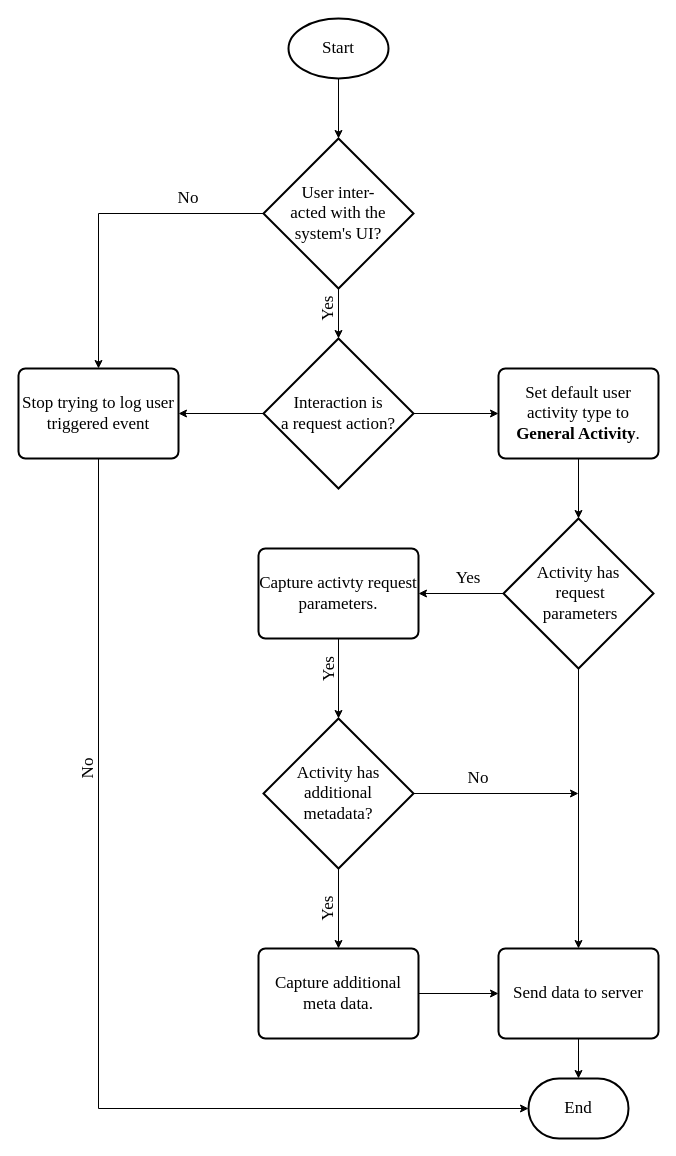
CorrieScheepers/Masters keeps this draw.io diagram as img/Chapter2/client_functional_requirement_flow_diagram/client_functional_requirement_flow_diagram.drawio. Above is the earlier version. Source tidied: cells renumbered, new cells numbered last; positions are measured from the earlier drawing's top-left corner, leaving out a move shared by most shapes. Both pictures are drawn from the tidied source at 100%, with x=0, y=0 at pixel (18, 18).
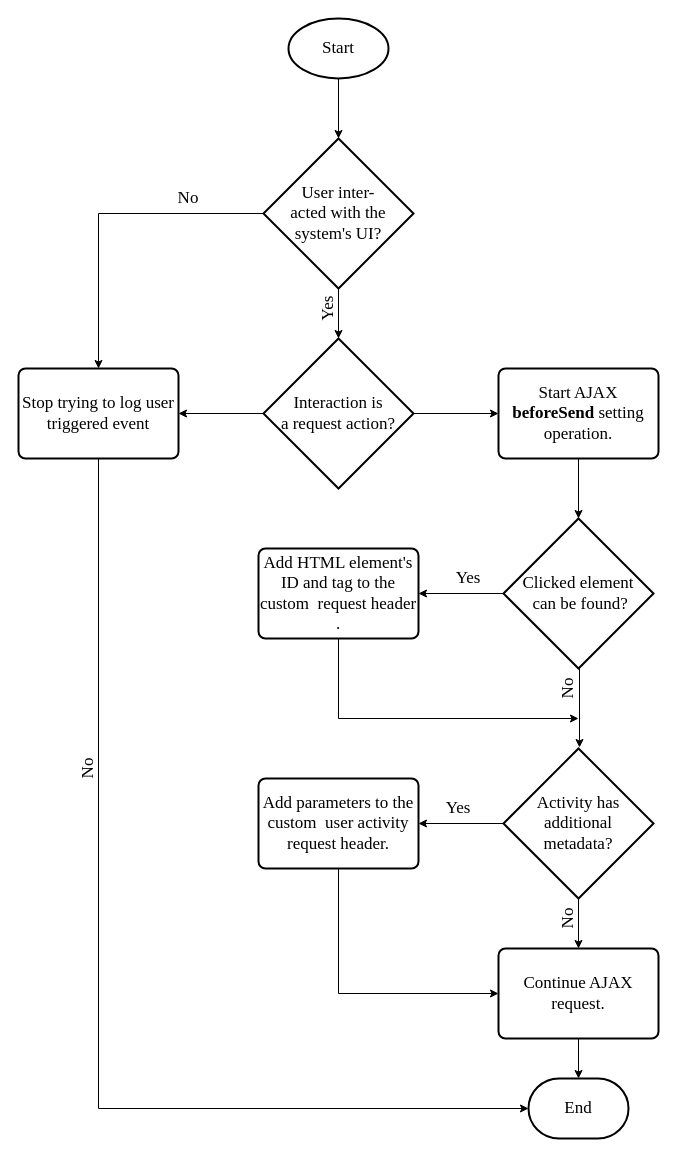
Above is the later version.

Change to the diagram source:
```diff
@@
-    <mxCell id="13" value="Set default user activity type to &lt;b&gt;General Activity&lt;/b&gt;." style="rounded=1;whiteSpace=wrap;html=1;absoluteArcSize=1;arcSize=14;strokeWidth=2;fontFamily=Times New Roman;fillColor=none;fontSize=17;" parent="1" vertex="1">
+    <mxCell id="13" value="Start AJAX &lt;b&gt;beforeSend &lt;/b&gt;setting operation." style="rounded=1;whiteSpace=wrap;html=1;absoluteArcSize=1;arcSize=14;strokeWidth=2;fontFamily=Times New Roman;fillColor=none;fontSize=17;" parent="1" vertex="1">
       <mxGeometry x="480" y="350" width="160" height="90" as="geometry" />
     </mxCell>
-    <mxCell id="14" style="edgeStyle=orthogonalEdgeStyle;rounded=0;jettySize=auto;html=1;exitX=0.5;exitY=1;exitDx=0;exitDy=0;exitPerimeter=0;entryX=0.5;entryY=0;entryDx=0;entryDy=0;" parent="1" edge="1" source="16" target="30">
+    <mxCell id="14" style="edgeStyle=orthogonalEdgeStyle;rounded=0;jettySize=auto;html=1;exitX=0;exitY=0.5;exitDx=0;exitDy=0;exitPerimeter=0;entryX=1;entryY=0.5;entryDx=0;entryDy=0;" parent="1" edge="1" source="16" target="30">
       <mxGeometry relative="1" as="geometry" />
     </mxCell>
-    <mxCell id="15" style="edgeStyle=orthogonalEdgeStyle;rounded=0;jettySize=auto;html=1;exitX=1;exitY=0.5;exitDx=0;exitDy=0;exitPerimeter=0;" parent="1" edge="1" source="16">
-      <mxGeometry relative="1" as="geometry">
-        <mxPoint x="560" y="775" as="targetPoint" />
-      </mxGeometry>
-    </mxCell>
+    <mxCell id="34" style="edgeStyle=orthogonalEdgeStyle;rounded=0;jettySize=auto;html=1;exitX=0.5;exitY=1;exitDx=0;exitDy=0;exitPerimeter=0;entryX=0.5;entryY=0;entryDx=0;entryDy=0;" parent="1" edge="1" source="16" target="28">
+      <mxGeometry relative="1" as="geometry" />
+    </mxCell>
     <mxCell id="16" value="Activity has additional &lt;br&gt;metadata?" style="strokeWidth=2;html=1;shape=mxgraph.flowchart.decision;whiteSpace=wrap;fontFamily=Times New Roman;fillColor=none;fontSize=17;" parent="1" vertex="1">
-      <mxGeometry x="245" y="700" width="150" height="150" as="geometry" />
+      <mxGeometry x="485" y="730" width="150" height="150" as="geometry" />
     </mxCell>
-    <mxCell id="17" style="edgeStyle=orthogonalEdgeStyle;rounded=0;jettySize=auto;html=1;exitX=0.5;exitY=1;exitDx=0;exitDy=0;entryX=0.5;entryY=0;entryDx=0;entryDy=0;entryPerimeter=0;" parent="1" edge="1" source="18" target="16">
-      <mxGeometry relative="1" as="geometry" />
-    </mxCell>
+    <mxCell id="35" style="edgeStyle=orthogonalEdgeStyle;rounded=0;jettySize=auto;html=1;exitX=0.5;exitY=1;exitDx=0;exitDy=0;" parent="1" edge="1" source="18">
+      <mxGeometry relative="1" as="geometry">
+        <mxPoint x="560" y="700" as="targetPoint" />
+        <Array as="points">
+          <mxPoint x="320" y="700" />
+        </Array>
+      </mxGeometry>
+    </mxCell>
-    <mxCell id="18" value="Capture activty request parameters." style="rounded=1;whiteSpace=wrap;html=1;absoluteArcSize=1;arcSize=14;strokeWidth=2;fontFamily=Times New Roman;fillColor=none;fontSize=17;" parent="1" vertex="1">
+    <mxCell id="18" value="Add HTML element's ID and tag to the custom&amp;nbsp; request header&lt;br&gt;." style="rounded=1;whiteSpace=wrap;html=1;absoluteArcSize=1;arcSize=14;strokeWidth=2;fontFamily=Times New Roman;fillColor=none;fontSize=17;" parent="1" vertex="1">
       <mxGeometry x="240" y="530" width="160" height="90" as="geometry" />
     </mxCell>
@@
-    <mxCell id="20" value="Yes" style="text;html=1;strokeColor=none;fillColor=none;align=center;verticalAlign=middle;whiteSpace=wrap;rounded=0;fontFamily=Times New Roman;rotation=-90;fontSize=17;" parent="1" vertex="1">
-      <mxGeometry x="290" y="640" width="40" height="21" as="geometry" />
-    </mxCell>
-    <mxCell id="21" value="Yes" style="text;html=1;strokeColor=none;fillColor=none;align=center;verticalAlign=middle;whiteSpace=wrap;rounded=0;fontFamily=Times New Roman;rotation=-90;fontSize=17;" parent="1" vertex="1">
-      <mxGeometry x="290" y="880" width="40" height="20" as="geometry" />
+    <mxCell id="21" value="Yes" style="text;html=1;strokeColor=none;fillColor=none;align=center;verticalAlign=middle;whiteSpace=wrap;rounded=0;fontFamily=Times New Roman;rotation=0;fontSize=17;" parent="1" vertex="1">
+      <mxGeometry x="420" y="780" width="40" height="20" as="geometry" />
     </mxCell>
@@
-    <mxCell id="24" style="edgeStyle=orthogonalEdgeStyle;rounded=0;jettySize=auto;html=1;exitX=0.5;exitY=1;exitDx=0;exitDy=0;exitPerimeter=0;" parent="1" edge="1" source="25" target="28">
-      <mxGeometry relative="1" as="geometry" />
-    </mxCell>
+    <mxCell id="36" style="edgeStyle=orthogonalEdgeStyle;rounded=0;orthogonalLoop=1;jettySize=auto;html=1;exitX=0.5;exitY=1;exitDx=0;exitDy=0;exitPerimeter=0;entryX=0.5;entryY=0;entryDx=0;entryDy=0;entryPerimeter=0;" parent="1" edge="1">
+      <mxGeometry relative="1" as="geometry">
+        <mxPoint x="561" y="649" as="sourcePoint" />
+        <mxPoint x="561" y="729" as="targetPoint" />
+      </mxGeometry>
+    </mxCell>
-    <mxCell id="25" value="Activity has&lt;br&gt;&amp;nbsp;request&lt;br&gt;&amp;nbsp;parameters" style="strokeWidth=2;html=1;shape=mxgraph.flowchart.decision;whiteSpace=wrap;fontFamily=Times New Roman;fillColor=none;fontSize=17;" parent="1" vertex="1">
+    <mxCell id="25" value="Clicked element&lt;br&gt;&amp;nbsp;can be found?" style="strokeWidth=2;html=1;shape=mxgraph.flowchart.decision;whiteSpace=wrap;fontFamily=Times New Roman;fillColor=none;fontSize=17;" parent="1" vertex="1">
       <mxGeometry x="485" y="500" width="150" height="150" as="geometry" />
     </mxCell>
@@
-    <mxCell id="28" value="Send data to server" style="rounded=1;whiteSpace=wrap;html=1;absoluteArcSize=1;arcSize=14;strokeWidth=2;fontFamily=Times New Roman;fillColor=none;fontSize=17;" parent="1" vertex="1">
+    <mxCell id="28" value="Continue AJAX request." style="rounded=1;whiteSpace=wrap;html=1;absoluteArcSize=1;arcSize=14;strokeWidth=2;fontFamily=Times New Roman;fillColor=none;fontSize=17;" parent="1" vertex="1">
       <mxGeometry x="480" y="930" width="160" height="90" as="geometry" />
     </mxCell>
-    <mxCell id="29" style="edgeStyle=orthogonalEdgeStyle;rounded=0;jettySize=auto;html=1;exitX=1;exitY=0.5;exitDx=0;exitDy=0;entryX=0;entryY=0.5;entryDx=0;entryDy=0;" parent="1" edge="1" source="30" target="28">
+    <mxCell id="29" style="edgeStyle=orthogonalEdgeStyle;rounded=0;jettySize=auto;html=1;exitX=0.5;exitY=1;exitDx=0;exitDy=0;entryX=0;entryY=0.5;entryDx=0;entryDy=0;" parent="1" edge="1" source="30" target="28">
       <mxGeometry relative="1" as="geometry" />
     </mxCell>
-    <mxCell id="30" value="Capture additional meta data." style="rounded=1;whiteSpace=wrap;html=1;absoluteArcSize=1;arcSize=14;strokeWidth=2;fontFamily=Times New Roman;fillColor=none;fontSize=17;" parent="1" vertex="1">
-      <mxGeometry x="240" y="930" width="160" height="90" as="geometry" />
+    <mxCell id="30" value="Add parameters to the custom&amp;nbsp; user activity request header." style="rounded=1;whiteSpace=wrap;html=1;absoluteArcSize=1;arcSize=14;strokeWidth=2;fontFamily=Times New Roman;fillColor=none;fontSize=17;" parent="1" vertex="1">
+      <mxGeometry x="240" y="760" width="160" height="90" as="geometry" />
     </mxCell>
-    <mxCell id="31" value="No" style="text;html=1;strokeColor=none;fillColor=none;align=center;verticalAlign=middle;whiteSpace=wrap;rounded=0;fontFamily=Times New Roman;rotation=0;fontSize=17;" parent="1" vertex="1">
-      <mxGeometry x="440" y="750" width="40" height="20" as="geometry" />
+    <mxCell id="31" value="No" style="text;html=1;strokeColor=none;fillColor=none;align=center;verticalAlign=middle;whiteSpace=wrap;rounded=0;fontFamily=Times New Roman;rotation=-90;fontSize=17;" parent="1" vertex="1">
+      <mxGeometry x="530" y="890" width="40" height="20" as="geometry" />
     </mxCell>
@@
+    <mxCell id="37" value="No" style="text;html=1;strokeColor=none;fillColor=none;align=center;verticalAlign=middle;whiteSpace=wrap;rounded=0;fontFamily=Times New Roman;rotation=-90;fontSize=17;" parent="1" vertex="1">
+      <mxGeometry x="530" y="660" width="40" height="20" as="geometry" />
+    </mxCell>
```
